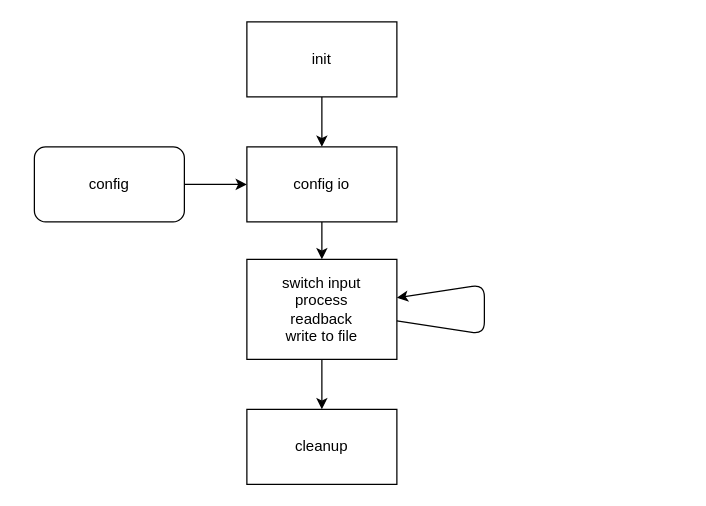
Earlier version of the draw.io diagram notes/engine_structure.drawio (JasonPhone/vrtr). Source tidied: cells renumbered, new cells numbered last; positions are measured from the earlier drawing's top-left corner, leaving out a move shared by most shapes. Both pictures are drawn from the tidied source at 125%, with x=0, y=0 at pixel (34, 21).
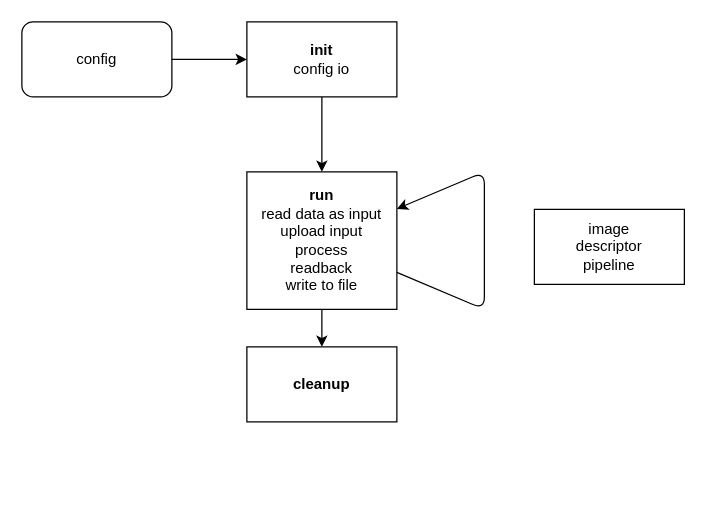
After the change.

Commit message (it also covers changes not shown here):
Naive buffer based compute pipeline

The edit, as a diff of the source:
```diff
@@
 <mxGraphModel>
   <root>
     <mxCell id="0" />
     <mxCell id="1" parent="0" />
-    <mxCell id="2" style="edgeStyle=none;html=1;" parent="1" edge="1" source="3" target="9">
+    <mxCell id="2" style="edgeStyle=none;html=1;" parent="1" edge="1" source="3" target="5">
       <mxGeometry relative="1" as="geometry" />
     </mxCell>
     <mxCell id="3" value="config" style="rounded=1;whiteSpace=wrap;html=1;" parent="1" vertex="1">
-      <mxGeometry y="100" width="120" height="60" as="geometry" />
+      <mxGeometry x="-10" width="120" height="60" as="geometry" />
     </mxCell>
-    <mxCell id="4" style="edgeStyle=none;html=1;" parent="1" edge="1" source="5" target="9">
+    <mxCell id="4" style="edgeStyle=none;html=1;" parent="1" edge="1" source="5" target="7">
       <mxGeometry relative="1" as="geometry" />
     </mxCell>
-    <mxCell id="5" value="init" style="whiteSpace=wrap;html=1;" parent="1" vertex="1">
+    <mxCell id="5" value="&lt;b&gt;init&lt;/b&gt;&lt;br&gt;config io" style="whiteSpace=wrap;html=1;" parent="1" vertex="1">
       <mxGeometry x="170" width="120" height="60" as="geometry" />
     </mxCell>
     <mxCell id="6" style="edgeStyle=none;html=1;" parent="1" edge="1" source="7" target="11">
       <mxGeometry relative="1" as="geometry" />
     </mxCell>
-    <mxCell id="7" value="switch input&lt;br&gt;process&lt;br&gt;readback&lt;br&gt;write to file" style="whiteSpace=wrap;html=1;" parent="1" vertex="1">
-      <mxGeometry x="170" y="190" width="120" height="80" as="geometry" />
+    <mxCell id="7" value="&lt;b&gt;run&lt;/b&gt;&lt;br&gt;read data as input&lt;br&gt;upload input&lt;br&gt;process&lt;br&gt;readback&lt;br&gt;write to file" style="whiteSpace=wrap;html=1;" parent="1" vertex="1">
+      <mxGeometry x="170" y="120" width="120" height="110" as="geometry" />
     </mxCell>
-    <mxCell id="8" style="edgeStyle=none;html=1;" parent="1" edge="1" source="9" target="7">
-      <mxGeometry relative="1" as="geometry" />
-    </mxCell>
-    <mxCell id="9" value="config io" style="whiteSpace=wrap;html=1;" parent="1" vertex="1">
-      <mxGeometry x="170" y="100" width="120" height="60" as="geometry" />
-    </mxCell>
     <mxCell id="10" style="edgeStyle=none;html=1;" parent="1" edge="1" source="7" target="7">
       <mxGeometry relative="1" as="geometry">
         <Array as="points">
-          <mxPoint x="360" y="250" />
-          <mxPoint x="360" y="210" />
+          <mxPoint x="360" y="230" />
+          <mxPoint x="360" y="120" />
         </Array>
       </mxGeometry>
     </mxCell>
-    <mxCell id="11" value="cleanup" style="whiteSpace=wrap;html=1;" parent="1" vertex="1">
-      <mxGeometry x="170" y="310" width="120" height="60" as="geometry" />
+    <mxCell id="11" value="&lt;b&gt;cleanup&lt;/b&gt;" style="whiteSpace=wrap;html=1;" parent="1" vertex="1">
+      <mxGeometry x="170" y="260" width="120" height="60" as="geometry" />
     </mxCell>
+    <mxCell id="12" value="image&lt;br&gt;descriptor&lt;br&gt;pipeline" style="whiteSpace=wrap;html=1;" parent="1" vertex="1">
+      <mxGeometry x="400" y="150" width="120" height="60" as="geometry" />
+    </mxCell>
   </root>
 </mxGraphModel>
```
